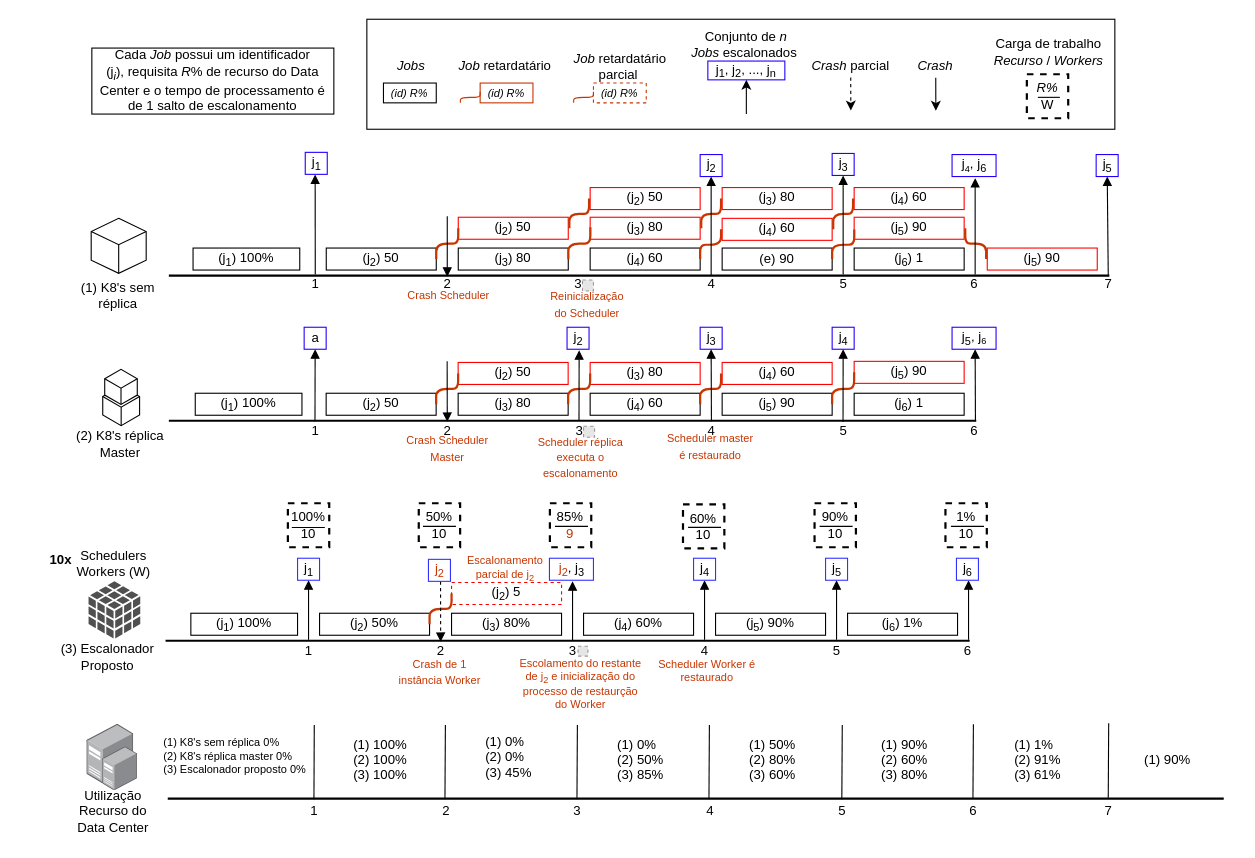
Above: schedule-proposal.drawio in lva98/drawio (draw.io), before the change. Source tidied: cells renumbered, new cells numbered last; positions are measured from the earlier drawing's top-left corner, leaving out a move shared by most shapes. Both pictures are drawn from the tidied source at 110%, with x=0, y=0 at pixel (19, 19). Pictures stored in the file or linked from it are replaced by grey dashed boxes.
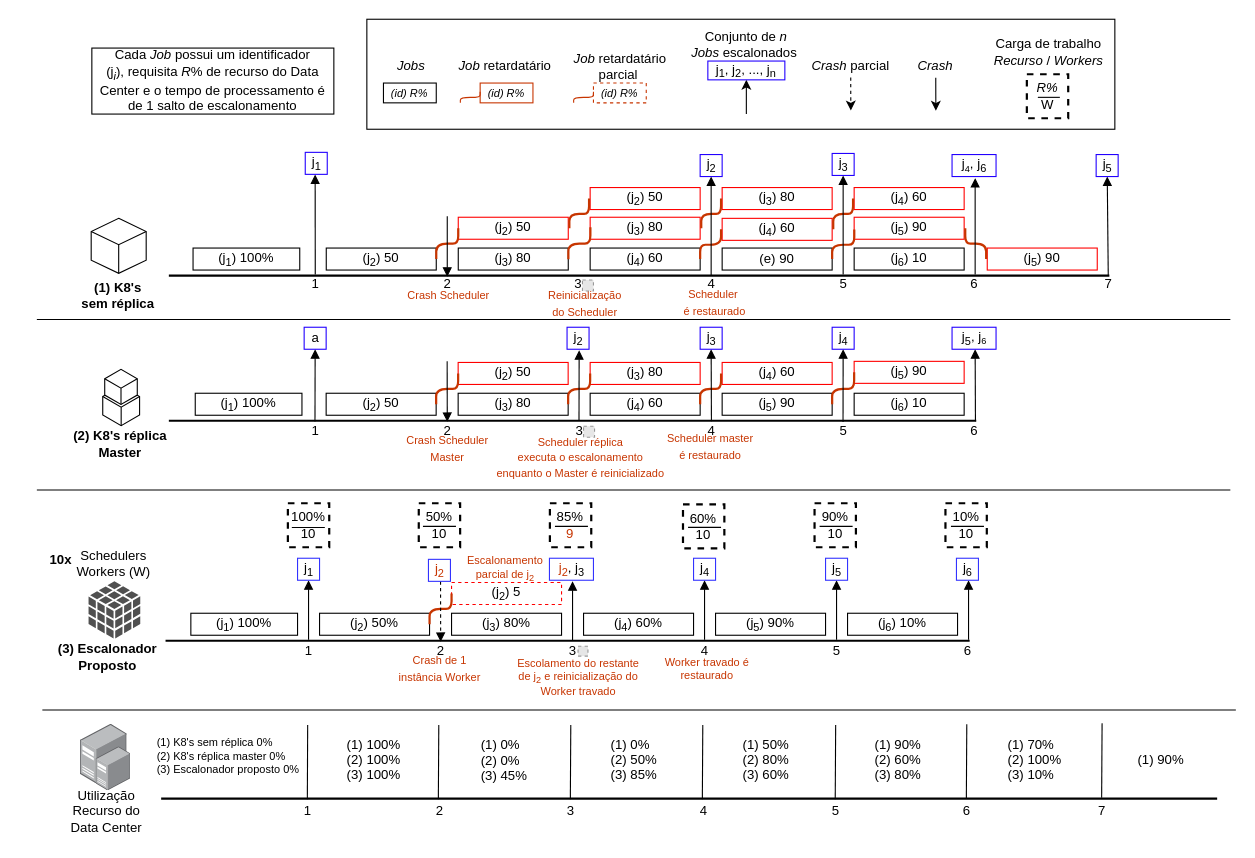
Above is the later version.

What changed in the source:
```diff
@@
-    <mxCell id="9" value="(j&lt;sub&gt;6&lt;/sub&gt;) 1%" style="rounded=0;whiteSpace=wrap;html=1;strokeWidth=1;fillColor=none;" parent="1" vertex="1">
+    <mxCell id="9" value="(j&lt;sub&gt;6&lt;/sub&gt;) 10%" style="rounded=0;whiteSpace=wrap;html=1;strokeWidth=1;fillColor=none;" parent="1" vertex="1">
       <mxGeometry x="753" y="540" width="100" height="20" as="geometry" />
     </mxCell>
@@
-    <mxCell id="20" value="(j&lt;sub&gt;6&lt;/sub&gt;) 1" style="rounded=0;whiteSpace=wrap;html=1;strokeWidth=1;fillColor=none;" parent="1" vertex="1">
+    <mxCell id="20" value="(j&lt;sub&gt;6&lt;/sub&gt;) 10" style="rounded=0;whiteSpace=wrap;html=1;strokeWidth=1;fillColor=none;" parent="1" vertex="1">
       <mxGeometry x="759" y="340" width="100" height="20" as="geometry" />
     </mxCell>
@@
-    <mxCell id="29" value="(j&lt;sub&gt;6&lt;/sub&gt;) 1" style="rounded=0;whiteSpace=wrap;html=1;strokeWidth=1;fillColor=none;" parent="1" vertex="1">
+    <mxCell id="29" value="(j&lt;sub&gt;6&lt;/sub&gt;) 10" style="rounded=0;whiteSpace=wrap;html=1;strokeWidth=1;fillColor=none;" parent="1" vertex="1">
       <mxGeometry x="759" y="208" width="100" height="20" as="geometry" />
     </mxCell>
@@
-    <mxCell id="56" value="Escolamento do restante de j&lt;sub&gt;2&lt;/sub&gt;&amp;nbsp;e&amp;nbsp;inicialização do processo de restaurção do Worker" style="text;html=1;strokeColor=none;fillColor=none;align=center;verticalAlign=middle;whiteSpace=wrap;rounded=0;dashed=1;fontColor=#C73500;fontSize=10;" parent="1" vertex="1">
-      <mxGeometry x="450.5" y="579" width="119" height="50" as="geometry" />
+    <mxCell id="56" value="Escolamento do restante de j&lt;sub&gt;2&lt;/sub&gt;&amp;nbsp;e reinicialização do&lt;br&gt;Worker travado" style="text;html=1;strokeColor=none;fillColor=none;align=center;verticalAlign=middle;whiteSpace=wrap;rounded=0;dashed=1;fontColor=#C73500;fontSize=10;" parent="1" vertex="1">
+      <mxGeometry x="449" y="573" width="119" height="50" as="geometry" />
     </mxCell>
-    <mxCell id="57" value="1%&lt;br&gt;10" style="rounded=0;whiteSpace=wrap;html=1;dashed=1;fillColor=none;strokeWidth=2;align=center;" parent="1" vertex="1">
+    <mxCell id="57" value="10%&lt;br&gt;10" style="rounded=0;whiteSpace=wrap;html=1;dashed=1;fillColor=none;strokeWidth=2;align=center;" parent="1" vertex="1">
       <mxGeometry x="842" y="440" width="37.6" height="40" as="geometry" />
     </mxCell>
@@
-    <mxCell id="63" value="&lt;font color=&quot;#c73500&quot;&gt;&lt;span style=&quot;font-size: 10px&quot;&gt;Scheduler réplica&lt;br&gt;executa o&lt;br&gt;escalonamento&lt;/span&gt;&lt;/font&gt;" style="text;html=1;align=center;verticalAlign=middle;" parent="1" vertex="1">
-      <mxGeometry x="465" y="373" width="90" height="50" as="geometry" />
+    <mxCell id="63" value="&lt;font color=&quot;#c73500&quot;&gt;&lt;span style=&quot;font-size: 10px&quot;&gt;Scheduler réplica&lt;br&gt;executa o escalonamento&lt;br&gt;enquanto o Master é reinicializado&lt;/span&gt;&lt;/font&gt;" style="text;html=1;align=center;verticalAlign=middle;" parent="1" vertex="1">
+      <mxGeometry x="425" y="373" width="170" height="50" as="geometry" />
     </mxCell>
@@
     <mxCell id="66" value="&lt;font style=&quot;font-size: 10px&quot; color=&quot;#c73500&quot;&gt;Crash de 1&lt;br&gt;instância Worker&lt;br&gt;&lt;/font&gt;" style="text;html=1;align=center;verticalAlign=middle;" parent="1" vertex="1">
-      <mxGeometry x="337" y="573" width="90" height="40" as="geometry" />
+      <mxGeometry x="337" y="570" width="90" height="40" as="geometry" />
     </mxCell>
-    <mxCell id="67" value="Scheduler Worker é restaurado" style="text;html=1;strokeColor=none;fillColor=none;align=center;verticalAlign=middle;whiteSpace=wrap;rounded=0;dashed=1;fontColor=#C73500;fontSize=10;" parent="1" vertex="1">
-      <mxGeometry x="566" y="567" width="119" height="50" as="geometry" />
+    <mxCell id="67" value="Worker travado é restaurado" style="text;html=1;strokeColor=none;fillColor=none;align=center;verticalAlign=middle;whiteSpace=wrap;rounded=0;dashed=1;fontColor=#C73500;fontSize=10;" parent="1" vertex="1">
+      <mxGeometry x="566" y="565" width="119" height="50" as="geometry" />
     </mxCell>
+    <mxCell id="182" value="&lt;font style=&quot;font-size: 10px&quot; color=&quot;#c73500&quot;&gt;Reinicialização&lt;br&gt;do Scheduler&lt;/font&gt;" style="text;html=1;align=center;verticalAlign=middle;" parent="1" vertex="1">
+      <mxGeometry x="474" y="238" width="80" height="40" as="geometry" />
+    </mxCell>
+    <mxCell id="183" style="line;strokeWidth=1;html=1;fontSize=10;fontColor=#C73500;fillColor=none;align=center;" parent="1" vertex="1">
+      <mxGeometry x="21" y="623" width="1085" height="10" as="geometry" />
+    </mxCell>
+    <mxCell id="184" style="line;strokeWidth=1;html=1;fontSize=10;fontColor=#C73500;fillColor=none;align=center;" parent="1" vertex="1">
+      <mxGeometry x="16" y="423" width="1085" height="10" as="geometry" />
+    </mxCell>
+    <mxCell id="185" style="line;strokeWidth=1;html=1;fontSize=10;fontColor=#C73500;fillColor=none;align=center;" parent="1" vertex="1">
+      <mxGeometry x="16" y="268" width="1085" height="10" as="geometry" />
+    </mxCell>
@@
     <mxCell id="69" style="html=1;align=center;shadow=0;dashed=0;image;image=img/lib/allied_telesis/computer_and_terminals/Server_Desktop.svg;fillColor=none;" parent="68" vertex="1">
-      <mxGeometry x="61.5" y="641" width="42.6" height="54" as="geometry" />
+      <mxGeometry x="55.5" y="641" width="42.6" height="54" as="geometry" />
     </mxCell>
-    <mxCell id="70" value="(3) Escalonador Proposto" style="text;html=1;strokeColor=none;fillColor=none;align=center;verticalAlign=middle;whiteSpace=wrap;rounded=0;" parent="68" vertex="1">
+    <mxCell id="70" value="(3) Escalonador Proposto" style="text;html=1;strokeColor=none;fillColor=none;align=center;verticalAlign=middle;whiteSpace=wrap;rounded=0;fontStyle=1;" parent="68" vertex="1">
       <mxGeometry x="33" y="570" width="94.5" height="20" as="geometry" />
     </mxCell>
@@
-    <mxCell id="75" value="(2) K8's réplica Master" style="text;html=1;strokeColor=none;fillColor=none;align=center;verticalAlign=middle;whiteSpace=wrap;rounded=0;" parent="68" vertex="1">
+    <mxCell id="75" value="(2) K8's réplica Master" style="text;html=1;strokeColor=none;fillColor=none;align=center;verticalAlign=middle;whiteSpace=wrap;rounded=0;fontStyle=1;" parent="68" vertex="1">
       <mxGeometry x="47" y="375.8" width="89.5" height="20" as="geometry" />
     </mxCell>
-    <mxCell id="76" value="(1) K8's sem réplica" style="text;html=1;strokeColor=none;fillColor=none;align=center;verticalAlign=middle;whiteSpace=wrap;rounded=0;" parent="68" vertex="1">
+    <mxCell id="76" value="(1) K8's sem réplica" style="text;html=1;strokeColor=none;fillColor=none;align=center;verticalAlign=middle;whiteSpace=wrap;rounded=0;fontStyle=1;" parent="68" vertex="1">
       <mxGeometry x="55.4" y="241" width="70" height="20" as="geometry" />
     </mxCell>
@@
     <mxCell id="150" style="html=1;align=center;shadow=0;dashed=0;image;image=img/lib/allied_telesis/computer_and_terminals/Server_Desktop.svg;fillColor=none;" parent="68" vertex="1">
-      <mxGeometry x="75.9" y="661.5" width="31.6" height="40" as="geometry" />
+      <mxGeometry x="69.9" y="661.5" width="31.6" height="40" as="geometry" />
     </mxCell>
     <mxCell id="151" value="Utilização&lt;br&gt;Recurso do &lt;br&gt;Data Center" style="text;html=1;align=center;verticalAlign=middle;" parent="68" vertex="1">
-      <mxGeometry x="45" y="695" width="80" height="50" as="geometry" />
+      <mxGeometry x="39" y="695" width="80" height="50" as="geometry" />
     </mxCell>
@@
     <mxCell id="153" style="line;strokeWidth=2;html=1;" parent="68" vertex="1">
-      <mxGeometry x="135" y="703.5" width="960" height="10" as="geometry" />
+      <mxGeometry x="129" y="703.5" width="960" height="10" as="geometry" />
     </mxCell>
     <mxCell id="154" style="endArrow=none;html=1;exitX=0.141;exitY=0.571;exitDx=0;exitDy=0;exitPerimeter=0;" parent="68" edge="1">
       <mxGeometry relative="1" as="geometry">
-        <mxPoint x="267.9" y="709.2" as="sourcePoint" />
-        <mxPoint x="268.2" y="641.5" as="targetPoint" />
+        <mxPoint x="261.9" y="709.2" as="sourcePoint" />
+        <mxPoint x="262.2" y="641.5" as="targetPoint" />
       </mxGeometry>
     </mxCell>
     <mxCell id="155" style="endArrow=none;html=1;exitX=0.141;exitY=0.571;exitDx=0;exitDy=0;exitPerimeter=0;" parent="68" edge="1">
       <mxGeometry relative="1" as="geometry">
-        <mxPoint x="387" y="709.2" as="sourcePoint" />
-        <mxPoint x="387.4" y="641.5" as="targetPoint" />
+        <mxPoint x="381" y="709.2" as="sourcePoint" />
+        <mxPoint x="381.4" y="641.5" as="targetPoint" />
       </mxGeometry>
     </mxCell>
     <mxCell id="156" style="endArrow=none;html=1;exitX=0.141;exitY=0.571;exitDx=0;exitDy=0;exitPerimeter=0;" parent="68" edge="1">
       <mxGeometry relative="1" as="geometry">
-        <mxPoint x="507" y="709.2" as="sourcePoint" />
-        <mxPoint x="507.4" y="641.5" as="targetPoint" />
+        <mxPoint x="501" y="709.2" as="sourcePoint" />
+        <mxPoint x="501.4" y="641.5" as="targetPoint" />
       </mxGeometry>
     </mxCell>
     <mxCell id="157" style="endArrow=none;html=1;exitX=0.141;exitY=0.571;exitDx=0;exitDy=0;exitPerimeter=0;" parent="68" edge="1">
       <mxGeometry relative="1" as="geometry">
-        <mxPoint x="627" y="709.2" as="sourcePoint" />
-        <mxPoint x="627.4" y="641.5" as="targetPoint" />
+        <mxPoint x="621" y="709.2" as="sourcePoint" />
+        <mxPoint x="621.4" y="641.5" as="targetPoint" />
       </mxGeometry>
     </mxCell>
     <mxCell id="158" style="endArrow=none;html=1;exitX=0.141;exitY=0.571;exitDx=0;exitDy=0;exitPerimeter=0;" parent="68" edge="1">
       <mxGeometry relative="1" as="geometry">
-        <mxPoint x="747.8" y="709.2" as="sourcePoint" />
-        <mxPoint x="748.2" y="641.5" as="targetPoint" />
+        <mxPoint x="741.8" y="709.2" as="sourcePoint" />
+        <mxPoint x="742.2" y="641.5" as="targetPoint" />
       </mxGeometry>
     </mxCell>
     <mxCell id="159" value="1" style="text;html=1;align=center;verticalAlign=middle;" parent="68" vertex="1">
-      <mxGeometry x="258" y="710" width="20" height="20" as="geometry" />
+      <mxGeometry x="252" y="710" width="20" height="20" as="geometry" />
     </mxCell>
     <mxCell id="160" value="2" style="text;html=1;align=center;verticalAlign=middle;" parent="68" vertex="1">
-      <mxGeometry x="378.1" y="710" width="20" height="20" as="geometry" />
+      <mxGeometry x="372.1" y="710" width="20" height="20" as="geometry" />
     </mxCell>
     <mxCell id="161" value="3" style="text;html=1;align=center;verticalAlign=middle;" parent="68" vertex="1">
-      <mxGeometry x="497" y="710" width="20" height="20" as="geometry" />
+      <mxGeometry x="491" y="710" width="20" height="20" as="geometry" />
     </mxCell>
     <mxCell id="162" value="4" style="text;html=1;align=center;verticalAlign=middle;" parent="68" vertex="1">
-      <mxGeometry x="618" y="710" width="20" height="20" as="geometry" />
+      <mxGeometry x="612" y="710" width="20" height="20" as="geometry" />
     </mxCell>
     <mxCell id="163" value="5" style="text;html=1;align=center;verticalAlign=middle;" parent="68" vertex="1">
-      <mxGeometry x="738" y="710" width="20" height="20" as="geometry" />
+      <mxGeometry x="732" y="710" width="20" height="20" as="geometry" />
     </mxCell>
     <mxCell id="164" value="6" style="text;html=1;align=center;verticalAlign=middle;" parent="68" vertex="1">
-      <mxGeometry x="857" y="710" width="20" height="20" as="geometry" />
+      <mxGeometry x="851" y="710" width="20" height="20" as="geometry" />
     </mxCell>
-    <mxCell id="165" value="&lt;font style=&quot;font-size: 10px&quot; color=&quot;#c73500&quot;&gt;Reinicialização&lt;br&gt;do Scheduler&lt;/font&gt;" style="text;html=1;align=center;verticalAlign=middle;" parent="68" vertex="1">
-      <mxGeometry x="476" y="239" width="80" height="40" as="geometry" />
+    <mxCell id="165" value="&lt;font color=&quot;#c73500&quot;&gt;&lt;span style=&quot;font-size: 10px&quot;&gt;Scheduler&amp;nbsp;&lt;br&gt;&lt;/span&gt;&lt;/font&gt;&lt;font style=&quot;font-size: 10px&quot; color=&quot;#c73500&quot;&gt;é restaurado&lt;/font&gt;" style="text;html=1;align=center;verticalAlign=middle;" parent="68" vertex="1">
+      <mxGeometry x="597" y="237" width="70" height="40" as="geometry" />
     </mxCell>
@@
     <mxCell id="169" style="endArrow=none;html=1;exitX=0.141;exitY=0.571;exitDx=0;exitDy=0;exitPerimeter=0;" parent="68" edge="1">
       <mxGeometry relative="1" as="geometry">
-        <mxPoint x="867" y="708.7" as="sourcePoint" />
-        <mxPoint x="867.4" y="641" as="targetPoint" />
+        <mxPoint x="861" y="708.7" as="sourcePoint" />
+        <mxPoint x="861.4" y="641" as="targetPoint" />
       </mxGeometry>
     </mxCell>
     <mxCell id="170" style="endArrow=none;html=1;exitX=0.141;exitY=0.571;exitDx=0;exitDy=0;exitPerimeter=0;" parent="68" edge="1">
       <mxGeometry relative="1" as="geometry">
-        <mxPoint x="990" y="707.7" as="sourcePoint" />
-        <mxPoint x="990.4" y="640" as="targetPoint" />
+        <mxPoint x="984" y="707.7" as="sourcePoint" />
+        <mxPoint x="984.4" y="640" as="targetPoint" />
       </mxGeometry>
     </mxCell>
@@
     <mxCell id="172" value="7" style="text;html=1;align=center;verticalAlign=middle;" parent="68" vertex="1">
-      <mxGeometry x="980" y="710" width="20" height="20" as="geometry" />
+      <mxGeometry x="974" y="710" width="20" height="20" as="geometry" />
     </mxCell>
     <mxCell id="173" value="(1) K8's sem réplica 0%&#10;(2) K8's réplica master 0%&#10;(3) Escalonador proposto 0%" style="text;strokeColor=none;fillColor=none;align=left;verticalAlign=top;spacingLeft=4;spacingRight=4;overflow=hidden;fontSize=10;" parent="68" vertex="1">
-      <mxGeometry x="125.5" y="645.5" width="180" height="49.5" as="geometry" />
+      <mxGeometry x="119.4" y="645.5" width="180" height="49.5" as="geometry" />
     </mxCell>
     <mxCell id="174" value="(1) 100%&#10;(2) 100%&#10;(3) 100%" style="text;strokeColor=none;fillColor=none;align=left;verticalAlign=top;spacingLeft=4;spacingRight=4;overflow=hidden;" parent="68" vertex="1">
-      <mxGeometry x="298.1" y="645.5" width="60" height="49.5" as="geometry" />
+      <mxGeometry x="292.1" y="645.5" width="60" height="49.5" as="geometry" />
     </mxCell>
     <mxCell id="175" value="(1) 0%&#10;(2) 0%&#10;(3) 45%" style="text;strokeColor=none;fillColor=none;align=left;verticalAlign=top;spacingLeft=4;spacingRight=4;overflow=hidden;" parent="68" vertex="1">
-      <mxGeometry x="418.1" y="643.2" width="60" height="49.5" as="geometry" />
+      <mxGeometry x="414" y="646" width="60" height="49.5" as="geometry" />
     </mxCell>
     <mxCell id="176" value="(1) 0%&#10;(2) 50%&#10;(3) 85%" style="text;strokeColor=none;fillColor=none;align=left;verticalAlign=top;spacingLeft=4;spacingRight=4;overflow=hidden;" parent="68" vertex="1">
-      <mxGeometry x="538" y="645.5" width="60" height="49.5" as="geometry" />
+      <mxGeometry x="532" y="645.5" width="60" height="49.5" as="geometry" />
     </mxCell>
     <mxCell id="177" value="(1) 50%&#10;(2) 80%&#10;(3) 60%" style="text;strokeColor=none;fillColor=none;align=left;verticalAlign=top;spacingLeft=4;spacingRight=4;overflow=hidden;" parent="68" vertex="1">
-      <mxGeometry x="658" y="645.5" width="60" height="49.5" as="geometry" />
+      <mxGeometry x="652" y="645.5" width="60" height="49.5" as="geometry" />
     </mxCell>
     <mxCell id="178" value="(1) 90%&#10;(2) 60%&#10;(3) 80%" style="text;strokeColor=none;fillColor=none;align=left;verticalAlign=top;spacingLeft=4;spacingRight=4;overflow=hidden;" parent="68" vertex="1">
-      <mxGeometry x="778" y="645.5" width="60" height="49.5" as="geometry" />
+      <mxGeometry x="772" y="645.5" width="60" height="49.5" as="geometry" />
     </mxCell>
-    <mxCell id="179" value="(1) 1%&#10;(2) 91%&#10;(3) 61%" style="text;strokeColor=none;fillColor=none;align=left;verticalAlign=top;spacingLeft=4;spacingRight=4;overflow=hidden;" parent="68" vertex="1">
-      <mxGeometry x="899" y="645.5" width="60" height="49.5" as="geometry" />
+    <mxCell id="179" value="(1) 70%&#10;(2) 100%&#10;(3) 10%" style="text;strokeColor=none;fillColor=none;align=left;verticalAlign=top;spacingLeft=4;spacingRight=4;overflow=hidden;" parent="68" vertex="1">
+      <mxGeometry x="893" y="645.5" width="60" height="49.5" as="geometry" />
     </mxCell>
     <mxCell id="180" value="&#10;(1) 90%" style="text;strokeColor=none;fillColor=none;align=left;verticalAlign=top;spacingLeft=4;spacingRight=4;overflow=hidden;" parent="68" vertex="1">
-      <mxGeometry x="1017" y="645.5" width="60" height="49.5" as="geometry" />
+      <mxGeometry x="1011" y="645.5" width="60" height="49.5" as="geometry" />
     </mxCell>
```
